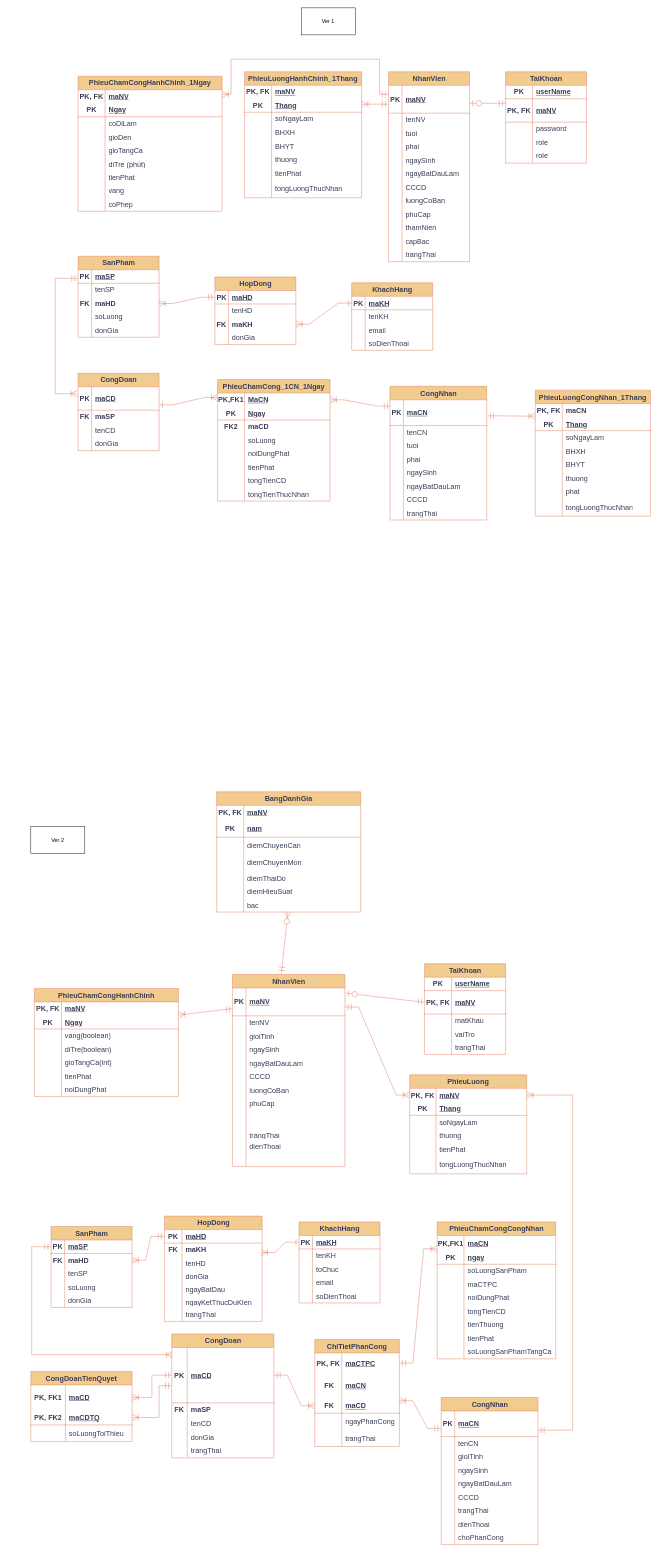
This is page "này enity" (1 of 2) of EntityRelationshipDiagram.drawio from TomTom2k/-management-of-a-ceramic-processing-company, a draw.io file, before an edit. Source tidied: cells renumbered, new cells numbered last; positions are measured from the earlier drawing's top-left corner, leaving out a move shared by most shapes. Both pictures are drawn from the tidied source at 45%, with x=0, y=0 at pixel (31, 8).
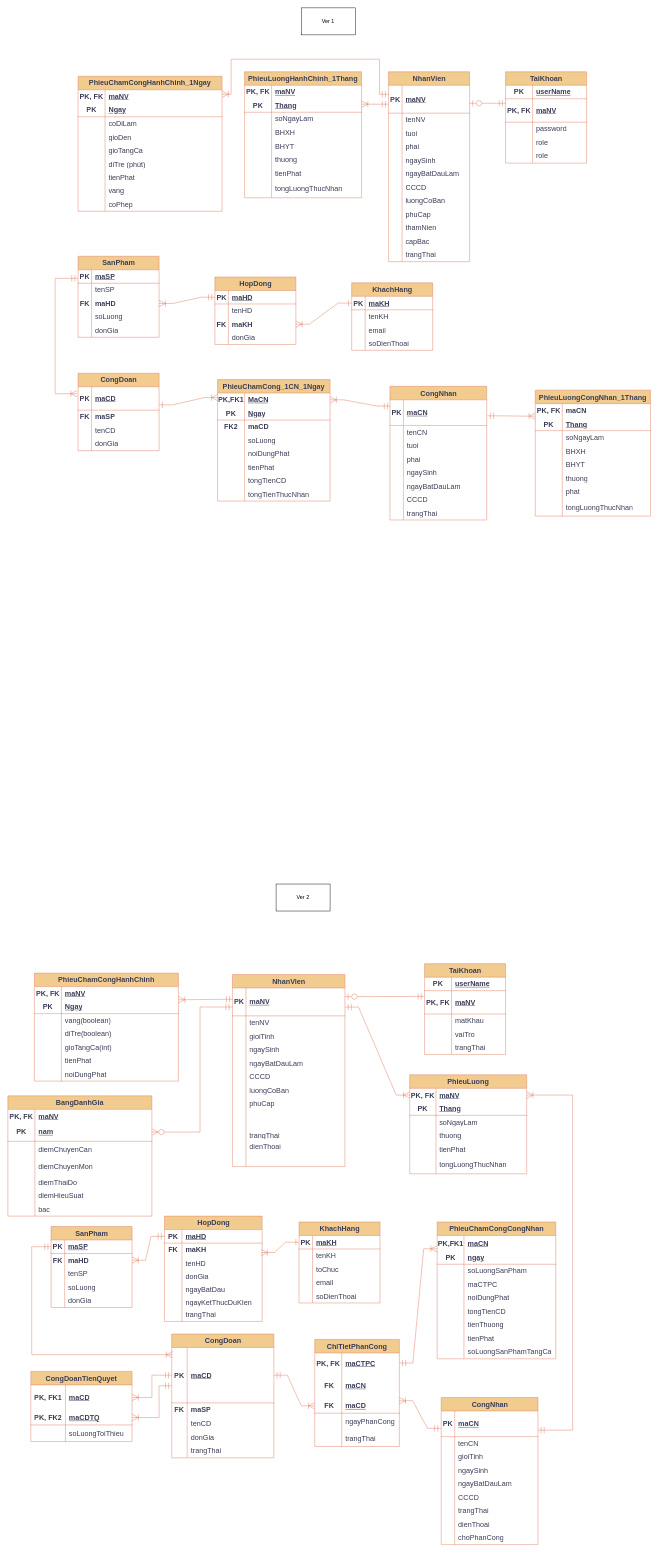
Above is the later version.

Unchanged cells that the change refers to:
```xml
<mxCell id="358" value="NhanVien" style="shape=table;startSize=30;childLayout=tableLayout;rowLines=0;fontStyle=1;align=center;html=1;labelBackgroundColor=none;fillColor=#F2CC8F;strokeColor=#E07A5F;fontColor=#393C56;fontSize=16;" parent="1" vertex="1">
  <mxGeometry x="448" y="2148" width="250" height="427" as="geometry" />
</mxCell>
<mxCell id="359" style="shape=tableRow;horizontal=0;startSize=0;swimlaneHead=0;swimlaneBody=0;fillColor=none;points=[[0,0.5],[1,0.5]];portConstraint=eastwest;top=0;left=0;right=0;bottom=1;labelBackgroundColor=none;strokeColor=#E07A5F;fontColor=#393C56;fontSize=16;" parent="358" vertex="1">
  <mxGeometry y="30" width="250" height="62" as="geometry" />
</mxCell>
<mxCell id="396" style="shape=tableRow;horizontal=0;startSize=0;swimlaneHead=0;swimlaneBody=0;fillColor=none;points=[[0,0.5],[1,0.5]];portConstraint=eastwest;top=0;left=0;right=0;bottom=0;html=1;labelBackgroundColor=none;strokeColor=#E07A5F;fontColor=#393C56;fontSize=16;" parent="395" vertex="1">
  <mxGeometry y="30" width="320" height="30" as="geometry" />
</mxCell>
<mxCell id="441" style="shape=tableRow;horizontal=0;startSize=0;swimlaneHead=0;swimlaneBody=0;fillColor=none;points=[[0,0.5],[1,0.5]];portConstraint=eastwest;top=0;left=0;right=0;bottom=1;labelBackgroundColor=none;strokeColor=#E07A5F;fontColor=#393C56;fontSize=16;" parent="437" vertex="1">
  <mxGeometry y="60" width="180" height="52" as="geometry" />
</mxCell>
<mxCell id="511" style="shape=tableRow;horizontal=0;startSize=0;swimlaneHead=0;swimlaneBody=0;fillColor=none;points=[[0,0.5],[1,0.5]];portConstraint=eastwest;top=0;left=0;right=0;bottom=1;html=1;labelBackgroundColor=none;strokeColor=#E07A5F;fontColor=#393C56;fontSize=16;" parent="507" vertex="1">
  <mxGeometry y="60" width="320" height="41" as="geometry" />
</mxCell>
<mxCell id="526" style="shape=tableRow;horizontal=0;startSize=0;swimlaneHead=0;swimlaneBody=0;fillColor=none;points=[[0,0.5],[1,0.5]];portConstraint=eastwest;top=0;left=0;right=0;bottom=0;html=1;labelBackgroundColor=none;strokeColor=#E07A5F;fontColor=#393C56;fontSize=16;" parent="507" vertex="1">
  <mxGeometry y="237" width="320" height="30" as="geometry" />
</mxCell>
```

Diff of the diagram source:
```diff
@@
     <mxCell id="395" value="PhieuChamCongHanhChinh" style="shape=table;startSize=30;childLayout=tableLayout;rowLines=0;fontStyle=1;align=center;html=1;whiteSpace=wrap;labelBackgroundColor=none;fillColor=#F2CC8F;strokeColor=#E07A5F;fontColor=#393C56;fontSize=16;" parent="1" vertex="1">
-      <mxGeometry x="8" y="2179" width="320" height="240" as="geometry" />
+      <mxGeometry x="8" y="2145" width="320" height="240" as="geometry" />
     </mxCell>
@@
-    <mxCell id="436" style="rounded=0;jettySize=auto;html=1;startArrow=ERmandOne;startFill=0;endArrow=ERzeroToOne;endFill=0;labelBackgroundColor=none;fontColor=default;strokeColor=#E07A5F;fontSize=16;endSize=12;startSize=12;exitX=0;exitY=0.5;exitDx=0;exitDy=0;entryX=1.004;entryY=0.181;entryDx=0;entryDy=0;entryPerimeter=0;" parent="1" edge="1" source="441" target="359">
+    <mxCell id="436" style="rounded=0;jettySize=auto;html=1;startArrow=ERmandOne;startFill=0;endArrow=ERzeroToOne;endFill=0;labelBackgroundColor=none;fontColor=default;strokeColor=#E07A5F;fontSize=16;endSize=12;startSize=12;exitX=-0.002;exitY=0.245;exitDx=0;exitDy=0;entryX=1;entryY=0.311;entryDx=0;entryDy=0;entryPerimeter=0;exitPerimeter=0;" parent="1" edge="1" source="441" target="359">
       <mxGeometry relative="1" as="geometry" />
     </mxCell>
@@
-    <mxCell id="456" style="rounded=0;jettySize=auto;html=1;startArrow=ERmandOne;startFill=0;endArrow=ERoneToMany;endFill=0;labelBackgroundColor=none;strokeColor=#E07A5F;fontColor=default;fontSize=16;endSize=12;startSize=12;entryX=1.001;entryY=0.975;entryDx=0;entryDy=0;entryPerimeter=0;" parent="1" edge="1" source="359" target="396">
+    <mxCell id="456" style="rounded=0;jettySize=auto;html=1;startArrow=ERmandOne;startFill=0;endArrow=ERoneToMany;endFill=0;labelBackgroundColor=none;strokeColor=#E07A5F;fontColor=default;fontSize=16;endSize=12;startSize=12;entryX=1.001;entryY=0.975;entryDx=0;entryDy=0;entryPerimeter=0;exitX=0.002;exitY=0.404;exitDx=0;exitDy=0;exitPerimeter=0;" parent="1" edge="1" source="359" target="396">
       <mxGeometry relative="1" as="geometry" />
     </mxCell>
@@
     <mxCell id="490" value="Ver 2" style="whiteSpace=wrap;html=1;" parent="1" vertex="1">
-      <mxGeometry y="1819" width="120" height="60" as="geometry" />
+      <mxGeometry x="545" y="1947" width="120" height="60" as="geometry" />
     </mxCell>
@@
     <mxCell id="507" value="BangDanhGia" style="shape=table;startSize=30;childLayout=tableLayout;rowLines=0;fontStyle=1;align=center;html=1;whiteSpace=wrap;labelBackgroundColor=none;fillColor=#F2CC8F;strokeColor=#E07A5F;fontColor=#393C56;fontSize=16;" parent="1" vertex="1">
-      <mxGeometry x="413" y="1742" width="320" height="267.3" as="geometry" />
+      <mxGeometry x="-51" y="2417.7" width="320" height="267.3" as="geometry" />
     </mxCell>
@@
-    <mxCell id="529" style="rounded=0;jettySize=auto;html=1;startArrow=ERmandOne;startFill=0;endArrow=ERzeroToMany;endFill=0;labelBackgroundColor=none;strokeColor=#E07A5F;fontColor=default;fontSize=16;endSize=12;startSize=12;exitX=0.435;exitY=-0.005;exitDx=0;exitDy=0;exitPerimeter=0;" parent="1" edge="1" source="358" target="526">
-      <mxGeometry relative="1" as="geometry" />
+    <mxCell id="529" style="rounded=0;jettySize=auto;html=1;startArrow=ERmandOne;startFill=0;endArrow=ERzeroToMany;endFill=0;labelBackgroundColor=none;strokeColor=#E07A5F;fontColor=default;fontSize=16;endSize=12;startSize=12;exitX=-0.002;exitY=0.682;exitDx=0;exitDy=0;exitPerimeter=0;entryX=1;entryY=0.5;entryDx=0;entryDy=0;edgeStyle=orthogonalEdgeStyle;" parent="1" edge="1" source="359" target="511">
+      <mxGeometry relative="1" as="geometry">
+        <Array as="points">
+          <mxPoint x="376" y="2220" />
+          <mxPoint x="376" y="2498" />
+        </Array>
+      </mxGeometry>
     </mxCell>
```
